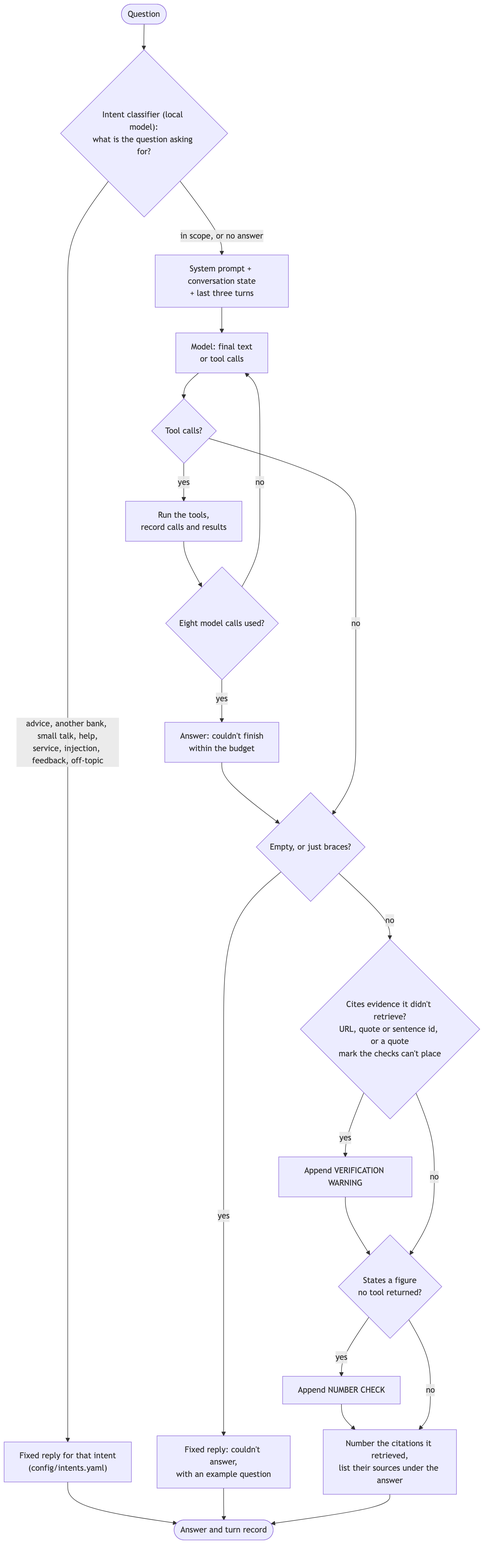
Earlier version of the Mermaid export docs/diagrams/img/07-chatbot-turn.png (Gavingyh/plp-project). Its source is kept beside it as docs/diagrams/src/07-chatbot-turn.mmd.
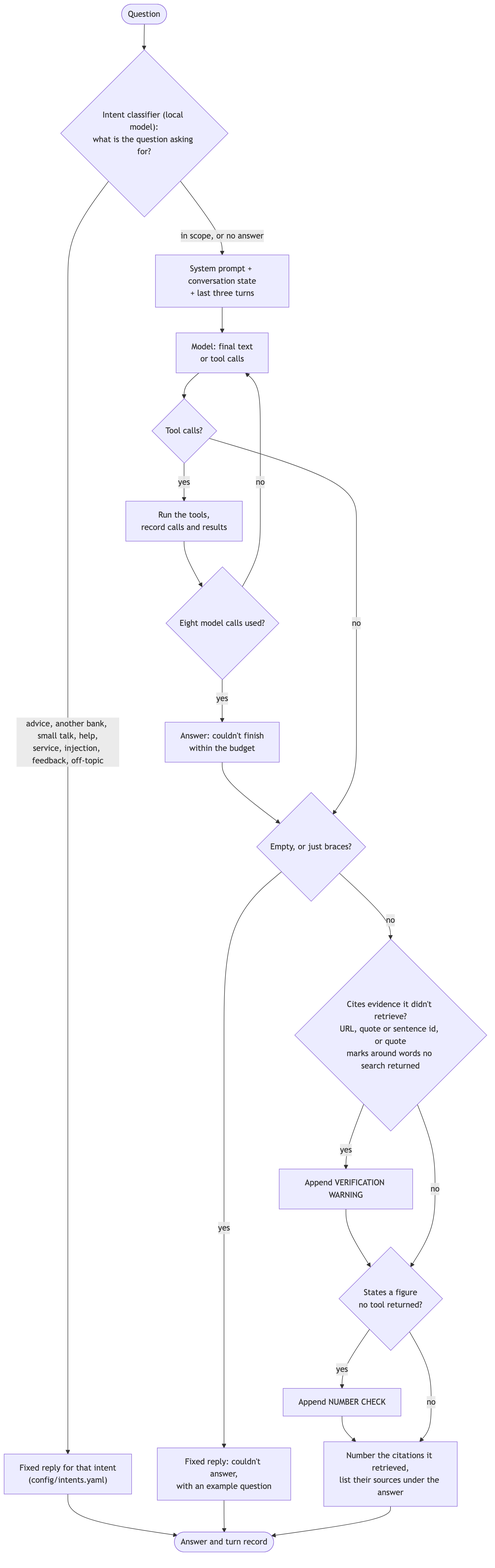
The same diagram one commit later.

Change to the diagram source:
```diff
@@ -1,6 +1,6 @@
 flowchart TB
   accTitle: One chatbot turn
-  accDescr: A local model sorts the question first; every intent except in-scope gets a fixed reply without the chatbot model, and a question the classifier can't sort goes on to the model. Otherwise the model calls tools in a loop of at most eight calls; its answer then passes an empty-answer check, a citation check (a quote mark the checks can't place counts as unretrieved evidence) and a figure check, and the citations it retrieved are numbered with their sources listed, before it is shown.
+  accDescr: A local model sorts the question first; every intent except in-scope gets a fixed reply without the chatbot model, and a question the classifier can't sort goes on to the model. Otherwise the model calls tools in a loop of at most eight calls; its answer then passes an empty-answer check, a citation check (quote marks around words no search returned count as unretrieved evidence) and a figure check, and the citations it retrieved are numbered with their sources listed, before it is shown.
 
   q(["Question"])
   cls{"Intent classifier (local model):<br/>what is the question asking for?"}
@@ -13,7 +13,7 @@
   budget["Answer: couldn't finish<br/>within the budget"]
   emp{"Empty, or just braces?"}
   empR["Fixed reply: couldn't answer,<br/>with an example question"]
-  cite{"Cites evidence it didn't retrieve?<br/>URL, quote or sentence id, or a quote<br/>mark the checks can't place"}
+  cite{"Cites evidence it didn't retrieve?<br/>URL, quote or sentence id, or quote<br/>marks around words no search returned"}
   w1["Append VERIFICATION WARNING"]
   num{"States a figure<br/>no tool returned?"}
   w2["Append NUMBER CHECK"]
```
